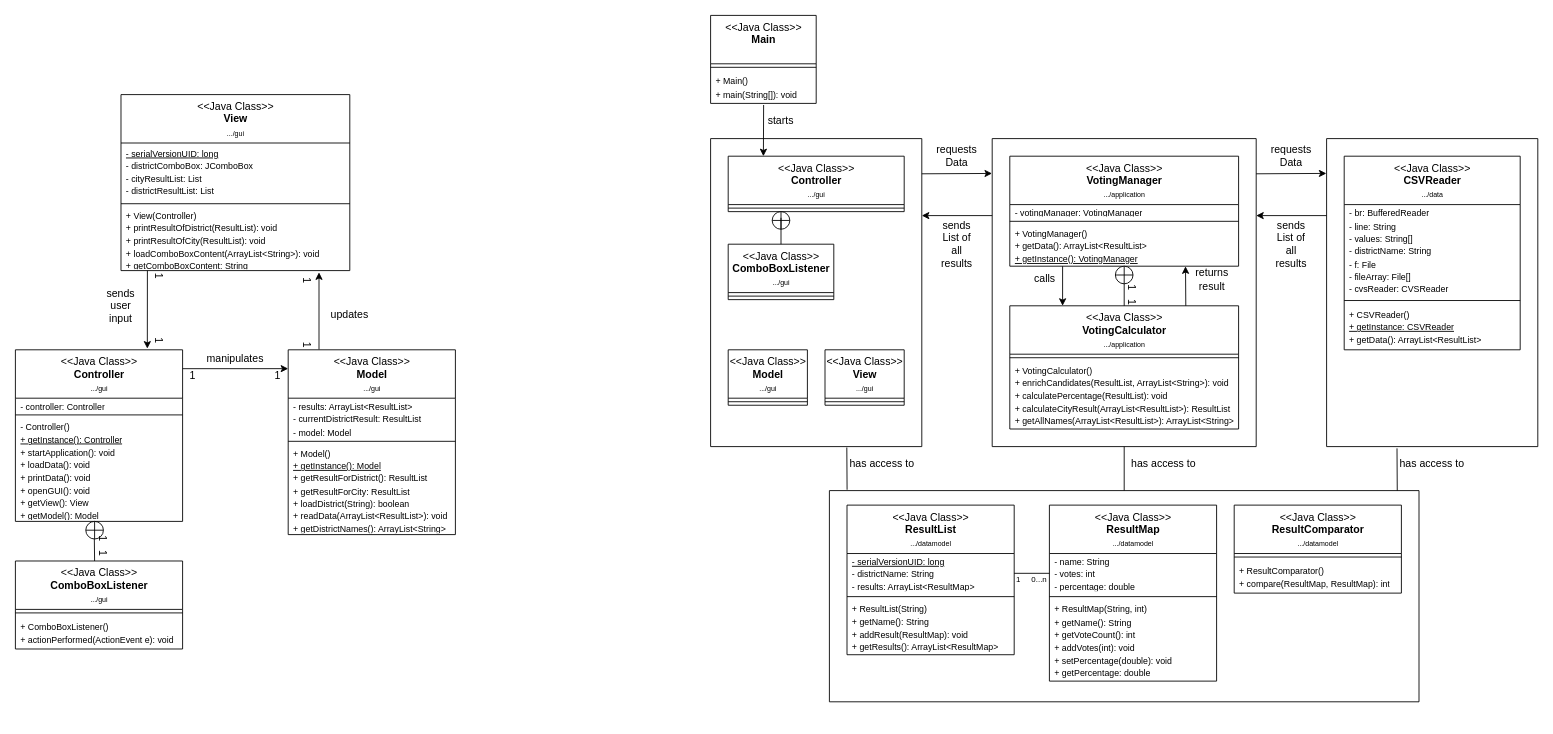
Earlier version of the draw.io diagram Wahlstatistik/src/de/wwi2020seb/softwareengineering/gruppe7/misc/UML_1_0.drawio (DrBackmischung/SoftwareEngineeringI). Source tidied: cells renumbered, new cells numbered last; positions are measured from the earlier drawing's top-left corner, leaving out a move shared by most shapes. Both pictures are drawn from the tidied source at 88%, with x=0, y=0 at pixel (15, 15).
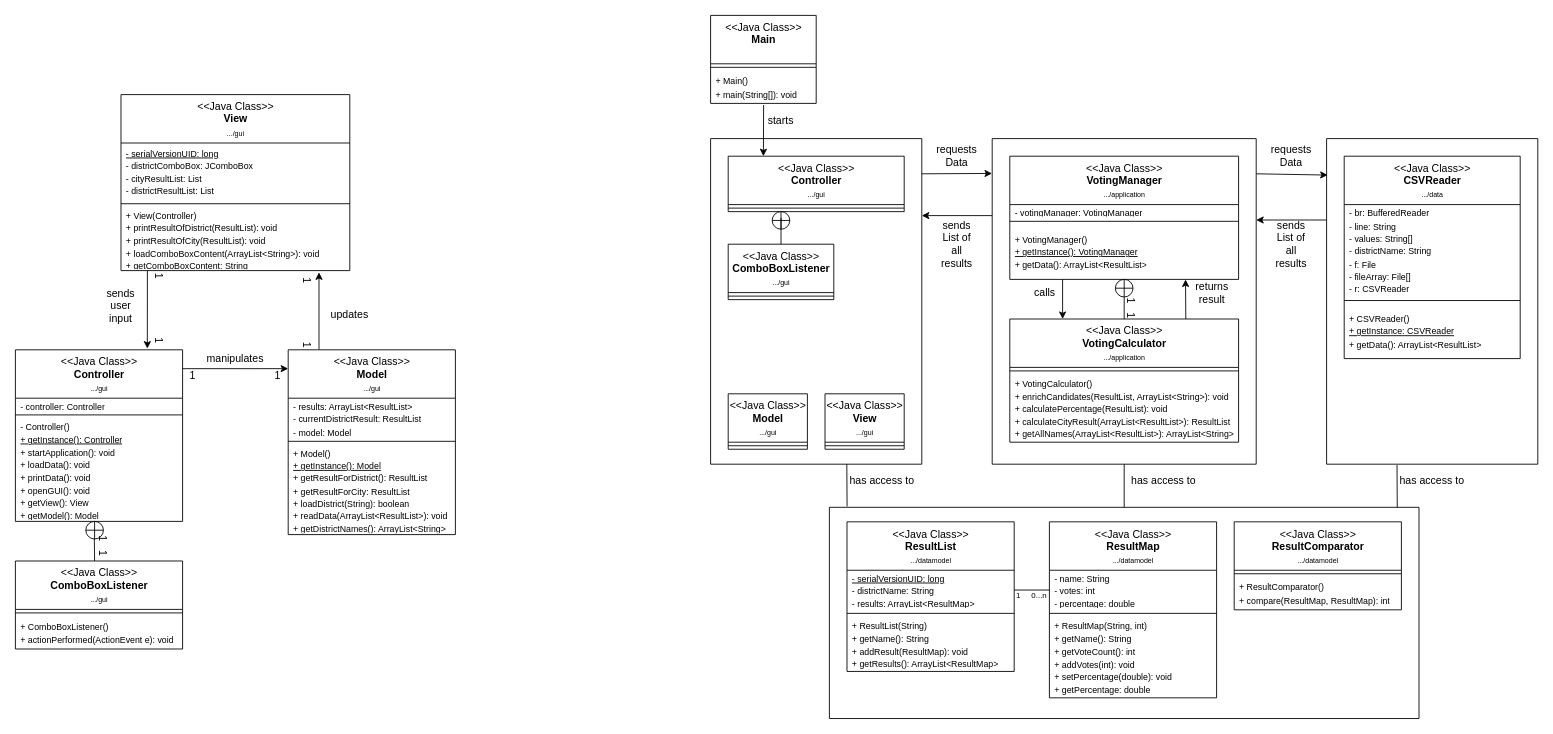
After the change.

Change to the diagram source:
```diff
@@
     <mxCell id="9" style="swimlane;startSize=0;" parent="1" vertex="1">
-      <mxGeometry x="790" y="140" width="240" height="350" as="geometry" />
+      <mxGeometry x="790" y="140" width="240" height="370" as="geometry" />
     </mxCell>
@@
     <mxCell id="15" value="&amp;lt;&amp;lt;Java Class&amp;gt;&amp;gt;&lt;br&gt;&lt;font&gt;&lt;b&gt;Model&lt;br&gt;&lt;/b&gt;&lt;/font&gt;&lt;font style=&quot;font-size: 8px&quot;&gt;.../gui&lt;/font&gt;" style="swimlane;fontStyle=0;align=center;verticalAlign=top;horizontal=1;startSize=55;html=1;" parent="9" vertex="1">
-      <mxGeometry x="20" y="240" width="90" height="63" as="geometry" />
+      <mxGeometry x="20" y="290" width="90" height="63" as="geometry" />
     </mxCell>
@@
     <mxCell id="17" value="&amp;lt;&amp;lt;Java Class&amp;gt;&amp;gt;&lt;br&gt;&lt;font&gt;&lt;b&gt;View&lt;br&gt;&lt;/b&gt;&lt;/font&gt;&lt;font style=&quot;font-size: 8px&quot;&gt;.../gui&lt;/font&gt;" style="swimlane;fontStyle=0;align=center;verticalAlign=top;horizontal=1;startSize=55;html=1;" parent="9" vertex="1">
-      <mxGeometry x="130" y="240" width="90" height="63" as="geometry" />
+      <mxGeometry x="130" y="290" width="90" height="63" as="geometry" />
     </mxCell>
@@
     <mxCell id="30" style="swimlane;startSize=0;" parent="1" vertex="1">
-      <mxGeometry x="1110" y="140" width="300" height="350" as="geometry" />
+      <mxGeometry x="1110" y="140" width="300" height="370" as="geometry" />
     </mxCell>
     <mxCell id="31" value="&amp;lt;&amp;lt;Java Class&amp;gt;&amp;gt;&lt;br&gt;&lt;b&gt;VotingManager&lt;br&gt;&lt;/b&gt;&lt;span style=&quot;font-size: 8px&quot;&gt;.../application&lt;/span&gt;&lt;b&gt;&lt;br&gt;&lt;/b&gt;" style="swimlane;fontStyle=0;align=center;verticalAlign=top;horizontal=1;startSize=55;html=1;" parent="30" vertex="1">
-      <mxGeometry x="20" y="20" width="260" height="125" as="geometry" />
+      <mxGeometry x="20" y="20" width="260" height="140" as="geometry" />
     </mxCell>
@@
-    <mxCell id="34" value="&lt;font style=&quot;font-size: 10px&quot;&gt;+ VotingManager()&lt;br&gt;+ getData(): ArrayList&amp;lt;ResultList&amp;gt;&lt;br&gt;&lt;u&gt;+ getInstance(): VotingManager&lt;/u&gt;&lt;/font&gt;" style="text;html=1;strokeColor=none;fillColor=none;align=left;verticalAlign=middle;spacingLeft=4;spacingRight=4;overflow=hidden;points=[[0,0.5],[1,0.5]];portConstraint=eastwest;" parent="31" vertex="1">
-      <mxGeometry y="78" width="260" height="47" as="geometry" />
+    <mxCell id="34" value="&lt;font style=&quot;font-size: 10px&quot;&gt;+ VotingManager()&lt;br&gt;&lt;u&gt;+ getInstance(): VotingManager&lt;/u&gt;&lt;br&gt;+ getData(): ArrayList&amp;lt;ResultList&amp;gt;&lt;br&gt;&lt;/font&gt;" style="text;html=1;strokeColor=none;fillColor=none;align=left;verticalAlign=middle;spacingLeft=4;spacingRight=4;overflow=hidden;points=[[0,0.5],[1,0.5]];portConstraint=eastwest;" parent="31" vertex="1">
+      <mxGeometry y="78" width="260" height="62" as="geometry" />
     </mxCell>
     <mxCell id="35" value="&amp;lt;&amp;lt;Java Class&amp;gt;&amp;gt;&lt;br&gt;&lt;b&gt;VotingCalculator&lt;br&gt;&lt;/b&gt;&lt;span style=&quot;font-size: 8px&quot;&gt;.../application&lt;/span&gt;&lt;b&gt;&lt;br&gt;&lt;/b&gt;" style="swimlane;fontStyle=0;align=center;verticalAlign=top;horizontal=1;startSize=55;html=1;" parent="30" vertex="1">
-      <mxGeometry x="20" y="190" width="260" height="140" as="geometry" />
+      <mxGeometry x="20" y="205" width="260" height="140" as="geometry" />
     </mxCell>
@@
     <mxCell id="39" style="shape=orEllipse;perimeter=ellipsePerimeter;whiteSpace=wrap;html=1;backgroundOutline=1;" parent="30" vertex="1">
-      <mxGeometry x="140" y="145" width="20" height="20" as="geometry" />
+      <mxGeometry x="140" y="160" width="20" height="20" as="geometry" />
     </mxCell>
     <mxCell id="40" value="calls" style="text;html=1;strokeColor=none;fillColor=none;align=center;verticalAlign=middle;whiteSpace=wrap;rounded=0;rotation=0;" parent="30" vertex="1">
-      <mxGeometry x="40" y="150" width="40" height="20" as="geometry" />
+      <mxGeometry x="40" y="165" width="40" height="20" as="geometry" />
     </mxCell>
     <mxCell id="41" value="returns&lt;br&gt;result" style="text;html=1;strokeColor=none;fillColor=none;align=center;verticalAlign=middle;whiteSpace=wrap;rounded=0;rotation=0;" parent="30" vertex="1">
-      <mxGeometry x="230" y="150" width="40" height="20" as="geometry" />
+      <mxGeometry x="230" y="165" width="40" height="20" as="geometry" />
     </mxCell>
     <mxCell id="42" style="endArrow=classic;html=1;" parent="30" edge="1">
       <mxGeometry relative="1" as="geometry">
-        <mxPoint x="80" y="145" as="sourcePoint" />
-        <mxPoint x="80" y="190" as="targetPoint" />
+        <mxPoint x="80" y="160" as="sourcePoint" />
+        <mxPoint x="80" y="205" as="targetPoint" />
       </mxGeometry>
     </mxCell>
     <mxCell id="43" value="1&amp;nbsp; &amp;nbsp;1" style="text;html=1;strokeColor=none;fillColor=none;align=center;verticalAlign=middle;whiteSpace=wrap;rounded=0;rotation=90;" parent="30" vertex="1">
-      <mxGeometry x="140" y="170" width="37.5" height="15" as="geometry" />
+      <mxGeometry x="140" y="185" width="37.5" height="15" as="geometry" />
     </mxCell>
-    <mxCell id="44" style="endArrow=classic;html=1;entryX=0.768;entryY=1.003;entryDx=0;entryDy=0;entryPerimeter=0;" parent="1" edge="1" target="34">
+    <mxCell id="44" style="endArrow=classic;html=1;entryX=0.768;entryY=1.003;entryDx=0;entryDy=0;entryPerimeter=0;" parent="1" edge="1">
       <mxGeometry relative="1" as="geometry">
-        <mxPoint x="1330" y="330" as="sourcePoint" />
+        <mxPoint x="1330" y="345" as="sourcePoint" />
+        <mxPoint x="1329.7" y="300.1" as="targetPoint" />
       </mxGeometry>
     </mxCell>
     <mxCell id="45" style="swimlane;startSize=0;" parent="1" vertex="1">
-      <mxGeometry x="1490" y="140" width="240" height="350" as="geometry" />
+      <mxGeometry x="1490" y="140" width="240" height="370" as="geometry" />
     </mxCell>
     <mxCell id="46" value="&amp;lt;&amp;lt;Java Class&amp;gt;&amp;gt;&lt;br&gt;&lt;font&gt;&lt;b&gt;CSVReader&lt;br&gt;&lt;/b&gt;&lt;/font&gt;&lt;font style=&quot;font-size: 8px&quot;&gt;.../data&lt;/font&gt;" style="swimlane;fontStyle=0;align=center;verticalAlign=top;horizontal=1;startSize=55;html=1;" parent="45" vertex="1">
-      <mxGeometry x="20" y="20" width="200" height="220" as="geometry" />
+      <mxGeometry x="20" y="20" width="200" height="230" as="geometry" />
     </mxCell>
-    <mxCell id="47" value="&lt;font style=&quot;font-size: 10px&quot;&gt;- br: BufferedReader&lt;br&gt;- line: String&lt;br&gt;- values: String[]&lt;br&gt;- districtName: String&lt;br&gt;- f: File&lt;br&gt;- fileArray: File[]&lt;br&gt;- cvsReader: CVSReader&lt;br&gt;&lt;/font&gt;" style="text;html=1;strokeColor=none;fillColor=none;align=left;verticalAlign=middle;spacingLeft=4;spacingRight=4;overflow=hidden;" parent="46" vertex="1">
+    <mxCell id="47" value="&lt;font style=&quot;font-size: 10px&quot;&gt;- br: BufferedReader&lt;br&gt;- line: String&lt;br&gt;- values: String[]&lt;br&gt;- districtName: String&lt;br&gt;- f: File&lt;br&gt;- fileArray: File[]&lt;br&gt;- r: CSVReader&lt;br&gt;&lt;/font&gt;" style="text;html=1;strokeColor=none;fillColor=none;align=left;verticalAlign=middle;spacingLeft=4;spacingRight=4;overflow=hidden;" parent="46" vertex="1">
       <mxGeometry y="55" width="200" height="105" as="geometry" />
     </mxCell>
@@
     <mxCell id="49" value="&lt;span style=&quot;font-size: 10px&quot;&gt;+ CSVReader()&lt;br&gt;&lt;u&gt;+ getInstance: CSVReader&lt;/u&gt;&lt;br&gt;+ getData(): ArrayList&amp;lt;ResultList&amp;gt;&lt;br&gt;&lt;/span&gt;" style="text;html=1;strokeColor=none;fillColor=none;align=left;verticalAlign=middle;spacingLeft=4;spacingRight=4;overflow=hidden;" parent="46" vertex="1">
-      <mxGeometry y="168" width="200" height="52" as="geometry" />
+      <mxGeometry y="168" width="200" height="62" as="geometry" />
     </mxCell>
-    <mxCell id="50" style="endArrow=classic;html=1;entryX=-0.001;entryY=0.113;entryDx=0;entryDy=0;entryPerimeter=0;" parent="1" edge="1" target="45">
+    <mxCell id="50" style="endArrow=classic;html=1;entryX=0.005;entryY=0.112;entryDx=0;entryDy=0;entryPerimeter=0;" parent="1" edge="1" target="45">
       <mxGeometry relative="1" as="geometry">
         <mxPoint x="1410" y="180" as="sourcePoint" />
       </mxGeometry>
     </mxCell>
@@
     <mxCell id="59" style="swimlane;startSize=0;" parent="1" vertex="1">
-      <mxGeometry x="925" y="540" width="670" height="240" as="geometry" />
+      <mxGeometry x="925" y="559" width="670" height="240" as="geometry" />
     </mxCell>
@@
-    <mxCell id="76" style="endArrow=none;html=1;entryX=0.03;entryY=-0.004;entryDx=0;entryDy=0;entryPerimeter=0;exitX=0.645;exitY=1.003;exitDx=0;exitDy=0;exitPerimeter=0;" parent="1" edge="1" source="9" target="59">
-      <mxGeometry relative="1" as="geometry" />
+    <mxCell id="76" style="endArrow=none;html=1;entryX=0.03;entryY=-0.004;entryDx=0;entryDy=0;entryPerimeter=0;exitX=0.645;exitY=1.003;exitDx=0;exitDy=0;exitPerimeter=0;" parent="1" edge="1" target="59">
+      <mxGeometry relative="1" as="geometry">
+        <mxPoint x="944.8" y="510" as="sourcePoint" />
+      </mxGeometry>
     </mxCell>
     <mxCell id="77" style="endArrow=none;html=1;entryX=0.03;entryY=-0.004;entryDx=0;entryDy=0;entryPerimeter=0;exitX=0.645;exitY=1.003;exitDx=0;exitDy=0;exitPerimeter=0;" parent="1" edge="1">
       <mxGeometry relative="1" as="geometry">
-        <mxPoint x="1570" y="492" as="sourcePoint" />
-        <mxPoint x="1570.3" y="540" as="targetPoint" />
+        <mxPoint x="1570" y="511" as="sourcePoint" />
+        <mxPoint x="1570.3" y="559" as="targetPoint" />
       </mxGeometry>
     </mxCell>
     <mxCell id="78" value="has access to" style="text;html=1;strokeColor=none;fillColor=none;align=center;verticalAlign=middle;whiteSpace=wrap;rounded=0;" parent="1" vertex="1">
-      <mxGeometry x="940" y="500" width="90" height="20" as="geometry" />
+      <mxGeometry x="940" y="519" width="90" height="20" as="geometry" />
     </mxCell>
     <mxCell id="79" value="has access to" style="text;html=1;strokeColor=none;fillColor=none;align=center;verticalAlign=middle;whiteSpace=wrap;rounded=0;" parent="1" vertex="1">
-      <mxGeometry x="1260" y="500" width="90" height="20" as="geometry" />
+      <mxGeometry x="1260" y="519" width="90" height="20" as="geometry" />
     </mxCell>
     <mxCell id="80" value="has access to" style="text;html=1;strokeColor=none;fillColor=none;align=center;verticalAlign=middle;whiteSpace=wrap;rounded=0;" parent="1" vertex="1">
-      <mxGeometry x="1565" y="500" width="90" height="20" as="geometry" />
+      <mxGeometry x="1565" y="519" width="90" height="20" as="geometry" />
     </mxCell>
```
